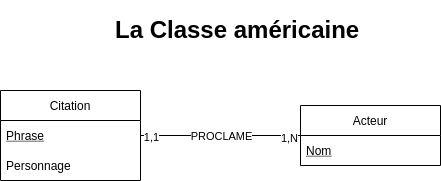
Before: docs/MCD.drawio.png, a diagram exported from draw.io (LardeuxGurvan/la-classe-americaine). Source tidied: cells renumbered, new cells last; positions are measured from the earlier drawing's top-left corner, leaving out a move shared by most shapes.
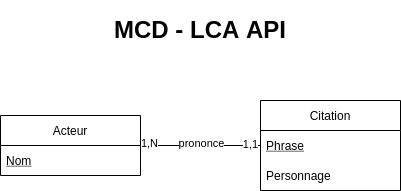
The same diagram one commit later.

Diff of the diagram source:
```diff
@@ -2,11 +2,11 @@
   <root>
     <mxCell id="0" />
     <mxCell id="1" parent="0" />
-    <mxCell id="2" value="&lt;h1&gt;La Classe américaine&lt;/h1&gt;" style="text;html=1;strokeColor=none;fillColor=none;spacing=5;spacingTop=-20;whiteSpace=wrap;overflow=hidden;rounded=0;" parent="1" vertex="1">
+    <mxCell id="2" value="&lt;h1&gt;MCD - LCA API&lt;/h1&gt;" style="text;html=1;strokeColor=none;fillColor=none;spacing=5;spacingTop=-20;whiteSpace=wrap;overflow=hidden;rounded=0;align=center;" parent="1" vertex="1">
       <mxGeometry x="110" width="260" height="40" as="geometry" />
     </mxCell>
     <mxCell id="3" value="Citation" style="swimlane;fontStyle=0;horizontal=1;startSize=30;" parent="1" vertex="1">
-      <mxGeometry y="80" width="140" height="90" as="geometry" />
+      <mxGeometry x="300" y="90" width="140" height="90" as="geometry" />
     </mxCell>
     <mxCell id="4" value="Phrase" style="text;strokeColor=none;fillColor=none;align=left;verticalAlign=middle;spacingLeft=4;spacingRight=4;overflow=hidden;fontStyle=4;" parent="3" vertex="1">
       <mxGeometry y="30" width="140" height="30" as="geometry" />
@@ -15,7 +15,7 @@
       <mxGeometry y="60" width="140" height="30" as="geometry" />
     </mxCell>
     <mxCell id="6" value="Acteur" style="swimlane;fontStyle=0;horizontal=1;startSize=30;" parent="1" vertex="1">
-      <mxGeometry x="300" y="95" width="140" height="60" as="geometry" />
+      <mxGeometry x="40" y="105" width="140" height="60" as="geometry" />
     </mxCell>
     <mxCell id="7" value="Nom" style="text;strokeColor=none;fillColor=none;align=left;verticalAlign=middle;spacingLeft=4;spacingRight=4;overflow=hidden;fontStyle=4;" parent="6" vertex="1">
       <mxGeometry y="30" width="140" height="30" as="geometry" />
@@ -23,13 +23,15 @@
     <mxCell id="8" style="endArrow=none;html=1;" parent="1" edge="1" source="3" target="6">
       <mxGeometry relative="1" as="geometry" />
     </mxCell>
-    <mxCell id="9" value="PROCLAME" style="edgeLabel;html=1;align=center;verticalAlign=middle;" parent="8" vertex="1">
+    <mxCell id="9" value="prononce" style="edgeLabel;html=1;align=center;verticalAlign=middle;" parent="8" vertex="1">
       <mxGeometry x="-0.09" y="-1" relative="1" as="geometry">
-        <mxPoint x="7" y="-1" as="offset" />
+        <mxPoint x="-4" y="-1" as="offset" />
       </mxGeometry>
     </mxCell>
     <mxCell id="10" value="1,1" style="edgeLabel;html=1;align=center;verticalAlign=middle;" parent="8" vertex="1">
-      <mxGeometry x="-0.88" y="-1" relative="1" as="geometry" />
+      <mxGeometry x="-0.88" y="-1" relative="1" as="geometry">
+        <mxPoint x="-3" as="offset" />
+      </mxGeometry>
     </mxCell>
     <mxCell id="11" value="1,N" style="edgeLabel;html=1;align=center;verticalAlign=middle;" parent="8" vertex="1">
       <mxGeometry x="0.84" y="-2" relative="1" as="geometry" />
```
